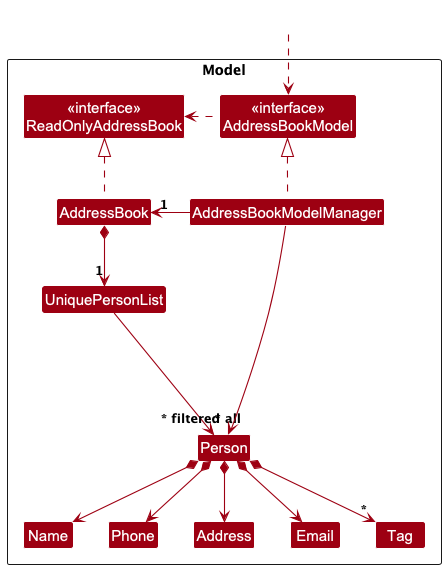
Earlier version of the PlantUML export docs/images/ModelClassDiagram.png (nus-cs2103-AY2425S1/tp).
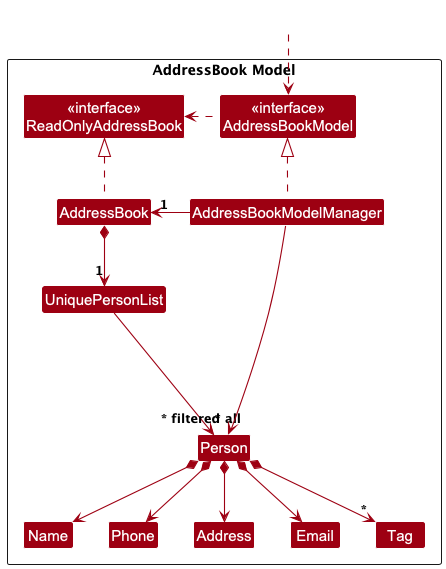
After the change.

Commit message:
Update images of AB and Txn Model CD

The edit, as a diff of the source:
```diff
@@ -4,7 +4,7 @@
 skinparam arrowColor MODEL_COLOR
 skinparam classBackgroundColor MODEL_COLOR
 
-Package Model as ModelPackage <<Rectangle>>{
+Package "AddressBook Model" as ModelPackage <<Rectangle>>{
 Class "<<interface>>\nReadOnlyAddressBook" as ReadOnlyAddressBook
 Class "<<interface>>\nAddressBookModel" as Model
 Class AddressBook
```
